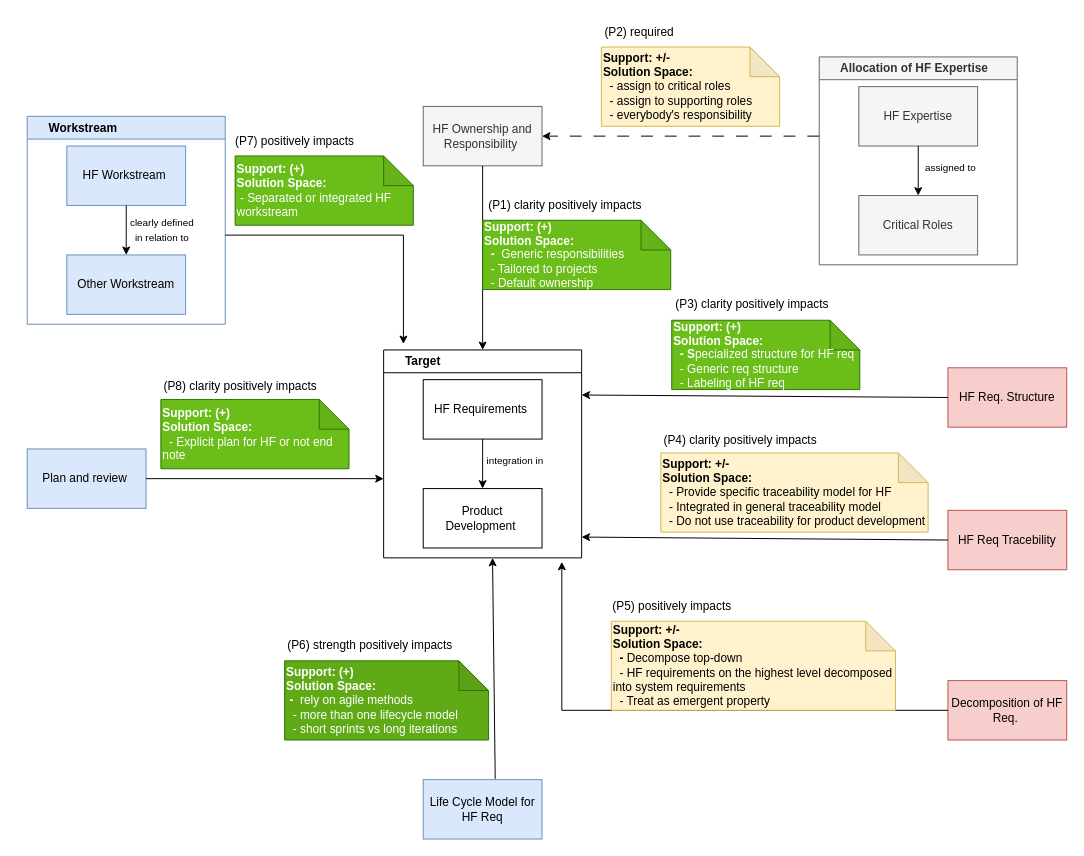
The draw.io diagram page "Page-1" (2 of 3) of HF Strategy.drawio in amnapir/Figures, before the edit. Source tidied: cells renumbered, new cells numbered last; positions are measured from the earlier drawing's top-left corner, leaving out a move shared by most shapes. Both pictures are drawn from the tidied source at 99%, with x=0, y=0 at pixel (27, 17).
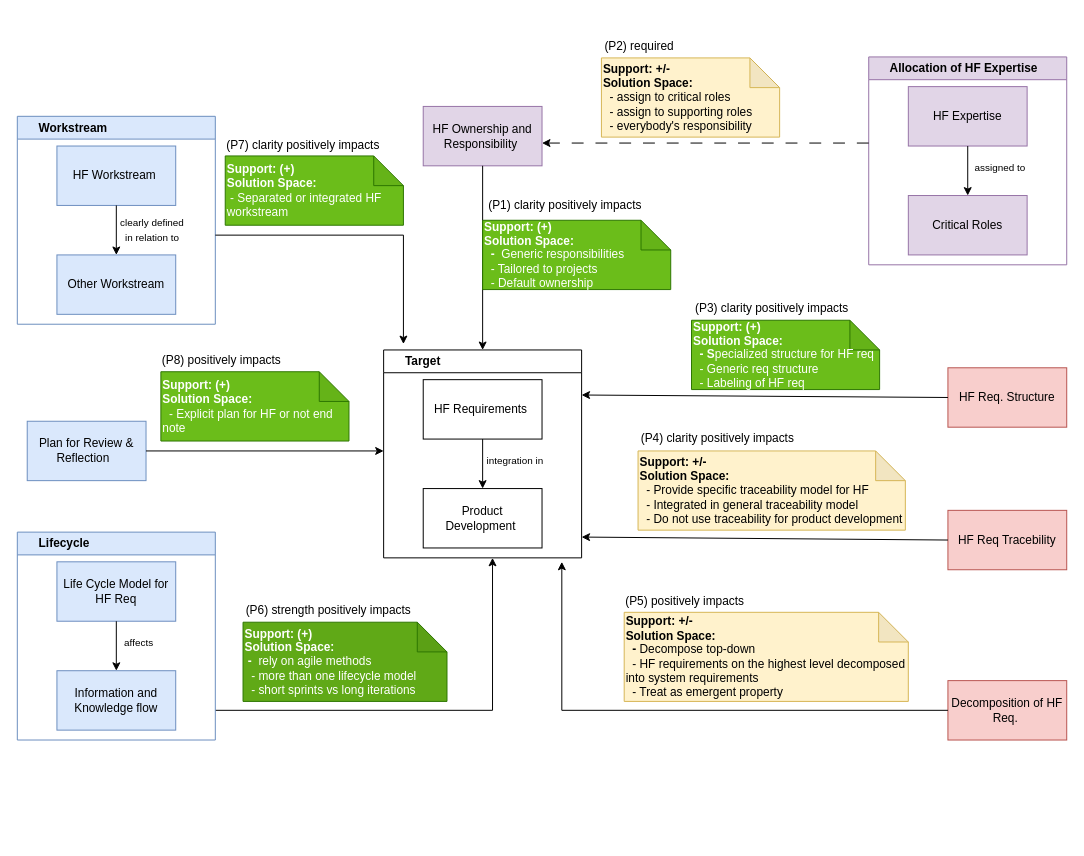
Above is the later version.

The edit, as a diff of the source:
```diff
@@
-    <mxCell id="2" value="HF Ownership and Responsibility&amp;nbsp;" style="rounded=0;whiteSpace=wrap;html=1;fillColor=#f5f5f5;fontColor=#333333;strokeColor=#666666;" parent="1" vertex="1">
+    <mxCell id="2" value="HF Ownership and Responsibility&amp;nbsp;" style="rounded=0;whiteSpace=wrap;html=1;fillColor=#e1d5e7;strokeColor=#9673a6;" parent="1" vertex="1">
       <mxGeometry x="400" y="90" width="120" height="60" as="geometry" />
     </mxCell>
-    <mxCell id="3" value="Life Cycle Model for HF Req" style="rounded=0;whiteSpace=wrap;html=1;fillColor=#dae8fc;strokeColor=#6c8ebf;" parent="1" vertex="1">
-      <mxGeometry x="400" y="770" width="120" height="60" as="geometry" />
-    </mxCell>
-    <mxCell id="4" style="endArrow=classic;html=1;rounded=0;exitX=0.606;exitY=-0.014;exitDx=0;exitDy=0;exitPerimeter=0;" parent="1" edge="1" source="3">
+    <mxCell id="4" style="endArrow=classic;html=1;rounded=0;" parent="1" edge="1">
       <mxGeometry relative="1" as="geometry">
+        <mxPoint x="470" y="700" as="sourcePoint" />
         <mxPoint x="470" y="546" as="targetPoint" />
       </mxGeometry>
     </mxCell>
-    <mxCell id="5" value="Plan and review&amp;nbsp;" style="rounded=0;whiteSpace=wrap;html=1;fillColor=#dae8fc;strokeColor=#6c8ebf;" parent="1" vertex="1">
-      <mxGeometry y="436" width="120" height="60" as="geometry" />
+    <mxCell id="5" value="Plan for Review &amp;amp; Reflection &amp;nbsp;" style="rounded=0;whiteSpace=wrap;html=1;fillColor=#dae8fc;strokeColor=#6c8ebf;" parent="1" vertex="1">
+      <mxGeometry y="408" width="120" height="60" as="geometry" />
     </mxCell>
     <mxCell id="6" style="endArrow=classic;html=1;rounded=0;exitX=1;exitY=0.5;exitDx=0;exitDy=0;" parent="1" edge="1" source="5">
       <mxGeometry relative="1" as="geometry">
-        <mxPoint x="360" y="466" as="targetPoint" />
+        <mxPoint x="360" y="438" as="targetPoint" />
       </mxGeometry>
     </mxCell>
@@
     <mxCell id="8" value="&amp;nbsp; &amp;nbsp; &amp;nbsp; Workstream" style="swimlane;whiteSpace=wrap;html=1;align=left;fillColor=#dae8fc;strokeColor=#6c8ebf;" parent="1" vertex="1">
-      <mxGeometry y="100" width="200" height="210" as="geometry" />
+      <mxGeometry x="-10" y="100" width="200" height="210" as="geometry" />
     </mxCell>
@@
-    <mxCell id="24" value="&amp;nbsp; &amp;nbsp; &amp;nbsp; Allocation of HF Expertise&amp;nbsp;" style="swimlane;whiteSpace=wrap;html=1;align=left;fillColor=#f5f5f5;fontColor=#333333;strokeColor=#666666;" parent="1" vertex="1">
-      <mxGeometry x="800" y="40" width="200" height="210" as="geometry" />
+    <mxCell id="24" value="&amp;nbsp; &amp;nbsp; &amp;nbsp; Allocation of HF Expertise&amp;nbsp;" style="swimlane;whiteSpace=wrap;html=1;align=left;fillColor=#e1d5e7;strokeColor=#9673a6;" parent="1" vertex="1">
+      <mxGeometry x="850" y="40" width="200" height="210" as="geometry" />
     </mxCell>
-    <mxCell id="25" value="HF Expertise" style="rounded=0;whiteSpace=wrap;html=1;fillColor=#f5f5f5;fontColor=#333333;strokeColor=#666666;" parent="24" vertex="1">
+    <mxCell id="25" value="HF Expertise" style="rounded=0;whiteSpace=wrap;html=1;fillColor=#e1d5e7;strokeColor=#9673a6;" parent="24" vertex="1">
       <mxGeometry x="40" y="30" width="120" height="60" as="geometry" />
     </mxCell>
-    <mxCell id="26" value="Critical Roles" style="rounded=0;whiteSpace=wrap;html=1;fillColor=#f5f5f5;fontColor=#333333;strokeColor=#666666;" parent="24" vertex="1">
+    <mxCell id="26" value="Critical Roles" style="rounded=0;whiteSpace=wrap;html=1;fillColor=#e1d5e7;strokeColor=#9673a6;" parent="24" vertex="1">
       <mxGeometry x="40" y="140" width="120" height="60" as="geometry" />
     </mxCell>
@@
-    <mxCell id="29" style="endArrow=classic;html=1;rounded=0;dashed=1;dashPattern=12 12;entryX=1;entryY=0.5;entryDx=0;entryDy=0;" parent="1" edge="1" target="2">
+    <mxCell id="29" style="endArrow=classic;html=1;rounded=0;dashed=1;dashPattern=12 12;entryX=1;entryY=0.5;entryDx=0;entryDy=0;" parent="1" edge="1">
       <mxGeometry relative="1" as="geometry">
-        <mxPoint x="800" y="120" as="sourcePoint" />
+        <mxPoint x="850" y="127" as="sourcePoint" />
+        <mxPoint x="520" y="127" as="targetPoint" />
       </mxGeometry>
     </mxCell>
@@
     <mxCell id="31" style="endArrow=none;html=1;rounded=0;" parent="1" edge="1">
       <mxGeometry relative="1" as="geometry">
-        <mxPoint x="200" y="220" as="sourcePoint" />
+        <mxPoint x="190" y="220" as="sourcePoint" />
         <mxPoint x="380" y="220" as="targetPoint" />
       </mxGeometry>
     </mxCell>
@@
     <mxCell id="33" style="group;" parent="1" vertex="1">
-      <mxGeometry x="200" y="110" width="190" height="100" as="geometry" />
+      <mxGeometry x="190" y="110" width="190" height="100" as="geometry" />
     </mxCell>
@@
-    <mxCell id="35" value="(P7) positively impacts" style="text;html=1;align=center;verticalAlign=middle;strokeColor=none;fillColor=none;" parent="33" vertex="1">
-      <mxGeometry width="140" height="30" as="geometry" />
+    <mxCell id="35" value="(P7) clarity positively impacts&amp;nbsp;" style="text;html=1;align=center;verticalAlign=middle;strokeColor=none;fillColor=none;" parent="33" vertex="1">
+      <mxGeometry y="4" width="180" height="30" as="geometry" />
     </mxCell>
     <mxCell id="36" style="group;" parent="1" vertex="1">
-      <mxGeometry x="125" y="358" width="200" height="98" as="geometry" />
+      <mxGeometry x="125" y="330" width="200" height="98" as="geometry" />
     </mxCell>
-    <mxCell id="37" value="(P8) clarity positively impacts" style="text;html=1;align=center;verticalAlign=middle;strokeColor=none;fillColor=none;" parent="36" vertex="1">
-      <mxGeometry width="180" height="30" as="geometry" />
+    <mxCell id="37" value="(P8) positively impacts" style="text;html=1;align=center;verticalAlign=middle;strokeColor=none;fillColor=none;" parent="36" vertex="1">
+      <mxGeometry x="1" y="2" width="140" height="30" as="geometry" />
     </mxCell>
@@
     <mxCell id="39" style="group;" parent="1" vertex="1">
-      <mxGeometry x="260" y="620" width="206" height="110" as="geometry" />
+      <mxGeometry x="218" y="581" width="206" height="110" as="geometry" />
     </mxCell>
@@
     <mxCell id="41" value="(P6) strength positively impacts" style="text;html=1;align=center;verticalAlign=middle;strokeColor=none;fillColor=none;" parent="39" vertex="1">
-      <mxGeometry x="-9" width="190" height="30" as="geometry" />
+      <mxGeometry x="-9" y="3" width="190" height="30" as="geometry" />
     </mxCell>
     <mxCell id="42" style="group;" parent="1" vertex="1">
-      <mxGeometry x="590" y="580" width="287" height="120" as="geometry" />
+      <mxGeometry x="603" y="571" width="287" height="120" as="geometry" />
     </mxCell>
@@
     <mxCell id="44" value="(P5) positively impacts" style="text;html=1;align=center;verticalAlign=middle;strokeColor=none;fillColor=none;" parent="42" vertex="1">
-      <mxGeometry x="-9" width="140" height="30" as="geometry" />
+      <mxGeometry x="-9" y="4" width="140" height="30" as="geometry" />
     </mxCell>
     <mxCell id="45" style="group;" parent="1" vertex="1">
-      <mxGeometry x="640" y="412" width="270" height="108" as="geometry" />
+      <mxGeometry x="617" y="410" width="270" height="108" as="geometry" />
     </mxCell>
@@
     <mxCell id="48" style="group;" parent="1" vertex="1">
-      <mxGeometry x="650" y="275" width="191" height="101" as="geometry" />
+      <mxGeometry x="670" y="275" width="191" height="101" as="geometry" />
     </mxCell>
@@
     <mxCell id="50" value="(P3) clarity positively impacts" style="text;html=1;align=center;verticalAlign=middle;strokeColor=none;fillColor=none;" parent="48" vertex="1">
-      <mxGeometry x="-8" width="180" height="30" as="geometry" />
+      <mxGeometry x="-8" y="4" width="180" height="30" as="geometry" />
     </mxCell>
@@
     <mxCell id="54" style="group;" parent="1" vertex="1">
-      <mxGeometry x="580" width="180" height="110" as="geometry" />
+      <mxGeometry x="580" y="11" width="180" height="110" as="geometry" />
     </mxCell>
@@
     <mxCell id="56" value="(P2) required" style="text;html=1;align=center;verticalAlign=middle;strokeColor=none;fillColor=none;" parent="54" vertex="1">
-      <mxGeometry x="-7" width="90" height="30" as="geometry" />
+      <mxGeometry x="-7" y="4" width="90" height="30" as="geometry" />
     </mxCell>
+    <mxCell id="57" style="endArrow=none;html=1;rounded=0;" parent="1" edge="1">
+      <mxGeometry relative="1" as="geometry">
+        <mxPoint x="190" y="700" as="sourcePoint" />
+        <mxPoint x="470" y="700" as="targetPoint" />
+      </mxGeometry>
+    </mxCell>
+    <mxCell id="58" value="&amp;nbsp; &amp;nbsp; &amp;nbsp; Lifecycle" style="swimlane;whiteSpace=wrap;html=1;align=left;fillColor=#dae8fc;strokeColor=#6c8ebf;" parent="1" vertex="1">
+      <mxGeometry x="-10" y="520" width="200" height="210" as="geometry" />
+    </mxCell>
+    <mxCell id="3" value="Life Cycle Model for HF Req" style="rounded=0;whiteSpace=wrap;html=1;fillColor=#dae8fc;strokeColor=#6c8ebf;" parent="58" vertex="1">
+      <mxGeometry x="40" y="30" width="120" height="60" as="geometry" />
+    </mxCell>
+    <mxCell id="59" value="Information and Knowledge flow" style="rounded=0;whiteSpace=wrap;html=1;fillColor=#dae8fc;strokeColor=#6c8ebf;" parent="58" vertex="1">
+      <mxGeometry x="40" y="140" width="120" height="60" as="geometry" />
+    </mxCell>
+    <mxCell id="60" style="endArrow=classic;html=1;rounded=0;exitX=0.5;exitY=1;exitDx=0;exitDy=0;entryX=0.5;entryY=0;entryDx=0;entryDy=0;" parent="58" edge="1" source="3" target="59">
+      <mxGeometry relative="1" as="geometry" />
+    </mxCell>
+    <mxCell id="61" value="&lt;font style=&quot;font-size: 10px;&quot;&gt;affects&lt;/font&gt;" style="text;html=1;strokeColor=none;fillColor=none;align=center;verticalAlign=middle;whiteSpace=wrap;rounded=0;" parent="58" vertex="1">
+      <mxGeometry x="93" y="102" width="60" height="20" as="geometry" />
+    </mxCell>
```
